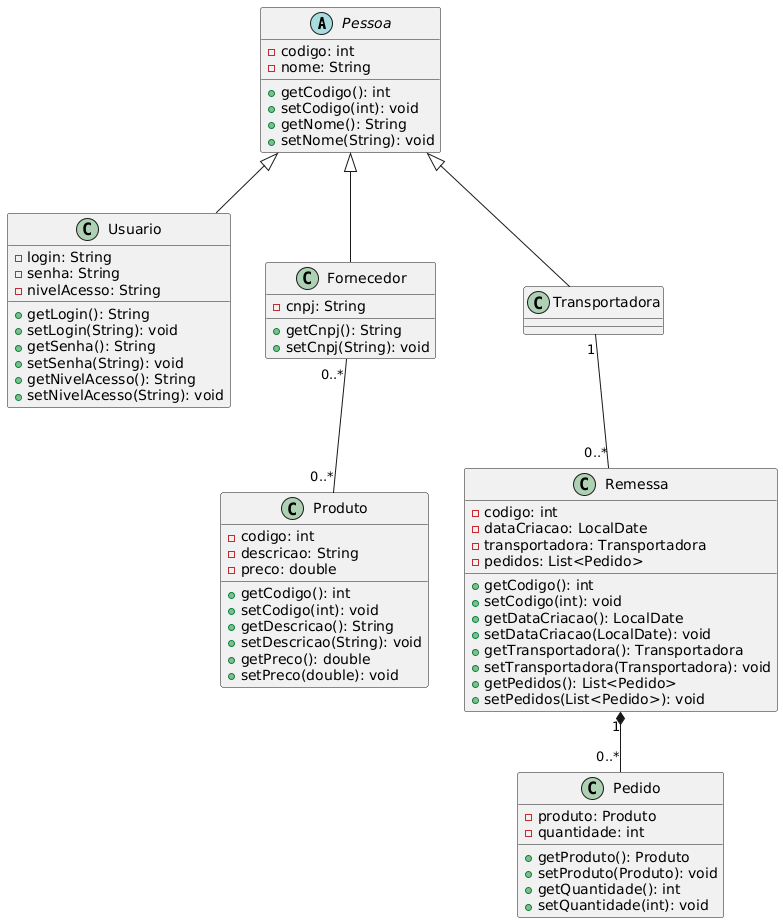
This is docs/DiagramaUML.png from LeonardoMonteblanc/PooTDE1, a PlantUML export, as it was before one commit. Its diagram source:
```plantuml
@startuml
abstract class Pessoa {
  - codigo: int
  - nome: String
  + getCodigo(): int
  + setCodigo(int): void
  + getNome(): String
  + setNome(String): void
}

class Usuario extends Pessoa {
  - login: String
  - senha: String
  - nivelAcesso: String
  + getLogin(): String
  + setLogin(String): void
  + getSenha(): String
  + setSenha(String): void
  + getNivelAcesso(): String
  + setNivelAcesso(String): void
}

class Fornecedor extends Pessoa {
  - cnpj: String
  + getCnpj(): String
  + setCnpj(String): void
}

class Transportadora extends Pessoa

class Produto {
  - codigo: int
  - descricao: String
  - preco: double
  + getCodigo(): int
  + setCodigo(int): void
  + getDescricao(): String
  + setDescricao(String): void
  + getPreco(): double
  + setPreco(double): void
}

class Remessa {
  - codigo: int
  - dataCriacao: LocalDate
  - transportadora: Transportadora
  - pedidos: List<Pedido>
  + getCodigo(): int
  + setCodigo(int): void
  + getDataCriacao(): LocalDate
  + setDataCriacao(LocalDate): void
  + getTransportadora(): Transportadora
  + setTransportadora(Transportadora): void
  + getPedidos(): List<Pedido>
  + setPedidos(List<Pedido>): void
}

class Pedido {
  - produto: Produto
  - quantidade: int
  + getProduto(): Produto
  + setProduto(Produto): void
  + getQuantidade(): int
  + setQuantidade(int): void
}

Fornecedor "0..*" -- "0..*" Produto
Transportadora "1" -- "0..*" Remessa
Remessa "1" *-- "0..*" Pedido
@enduml
```
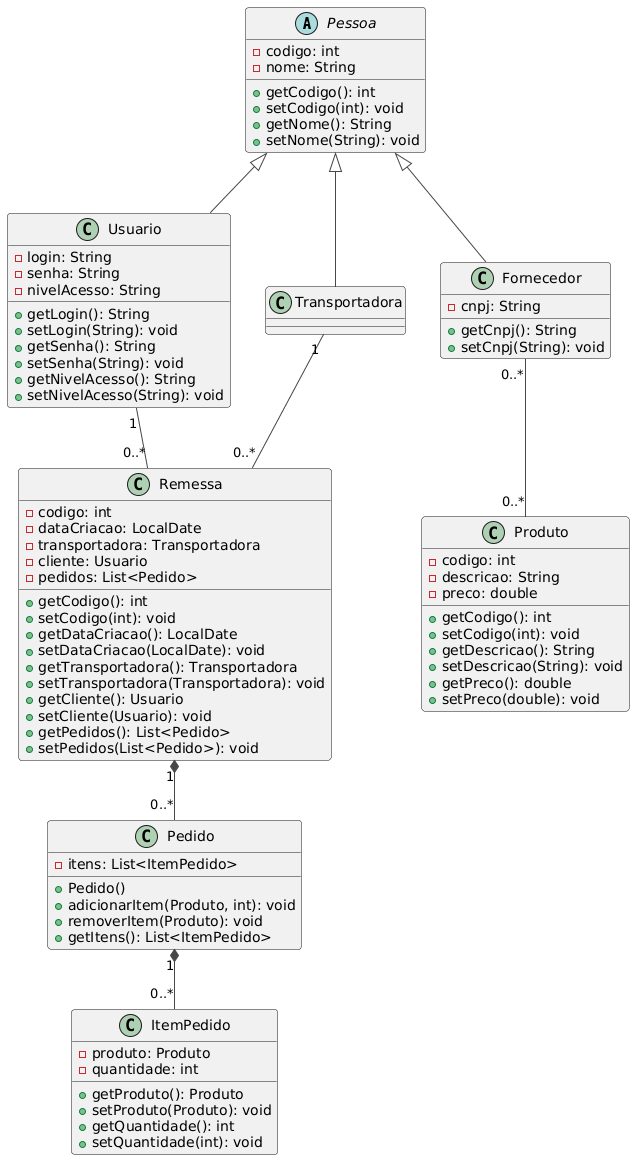
After the commit.

Commit message:
docs(uml): atualiza diagrama com cliente e pedidos

What changed in the source:
```diff
@@ -1,4 +1,5 @@
 @startuml
+!theme vibrant
 abstract class Pessoa {
   - codigo: int
   - nome: String
@@ -44,6 +45,7 @@
   - codigo: int
   - dataCriacao: LocalDate
   - transportadora: Transportadora
+  - cliente: Usuario
   - pedidos: List<Pedido>
   + getCodigo(): int
   + setCodigo(int): void
@@ -51,11 +53,21 @@
   + setDataCriacao(LocalDate): void
   + getTransportadora(): Transportadora
   + setTransportadora(Transportadora): void
+  + getCliente(): Usuario
+  + setCliente(Usuario): void
   + getPedidos(): List<Pedido>
   + setPedidos(List<Pedido>): void
 }
 
 class Pedido {
+  - itens: List<ItemPedido>
+  + Pedido()
+  + adicionarItem(Produto, int): void
+  + removerItem(Produto): void
+  + getItens(): List<ItemPedido>
+}
+
+class ItemPedido {
   - produto: Produto
   - quantidade: int
   + getProduto(): Produto
@@ -66,5 +78,7 @@
 
 Fornecedor "0..*" -- "0..*" Produto
 Transportadora "1" -- "0..*" Remessa
+Usuario "1" -- "0..*" Remessa
 Remessa "1" *-- "0..*" Pedido
+Pedido "1" *-- "0..*" ItemPedido
 @enduml
```
